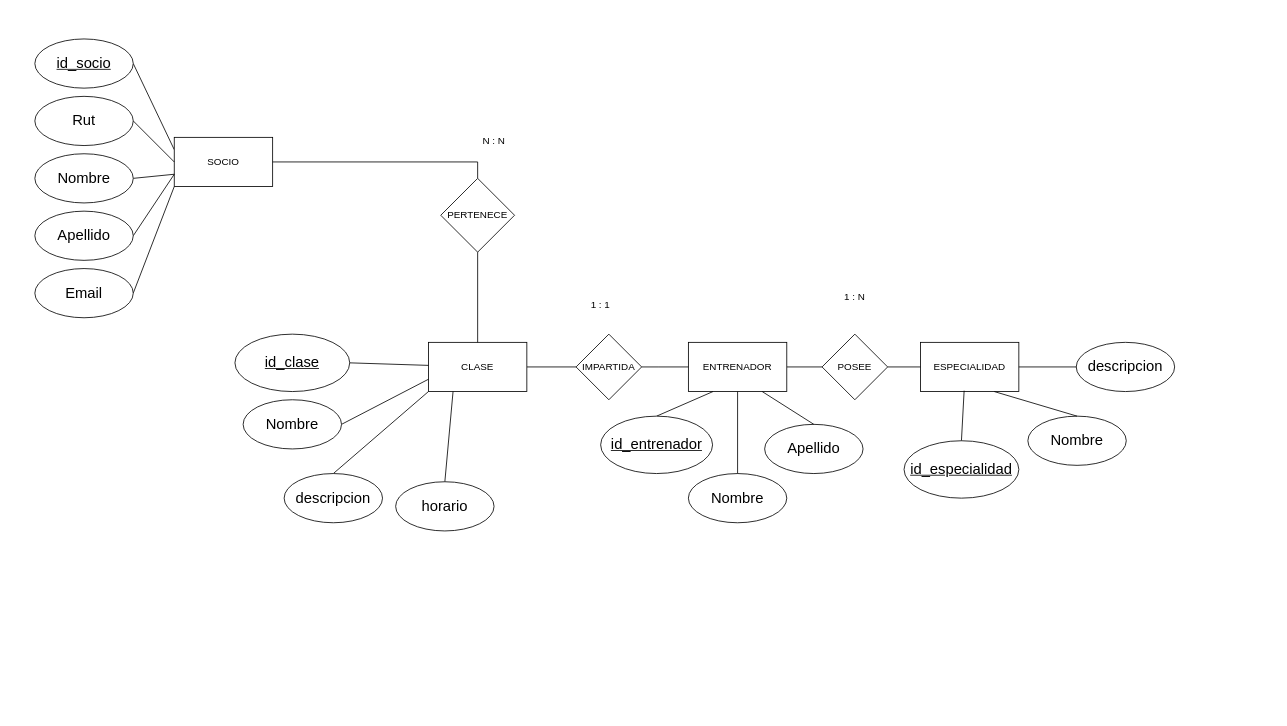
Before: page "Entidad-Relacion" (1 of 4) of Modulo 5/Entrega final modulo/ERGYM.drawio in IJozk/JS-bootcamp, a draw.io diagram. Source tidied: cells renumbered, new cells numbered last; positions are measured from the earlier drawing's top-left corner, leaving out a move shared by most shapes. Both pictures are drawn from the tidied source at 82%, with x=0, y=0 at pixel (34, 39).
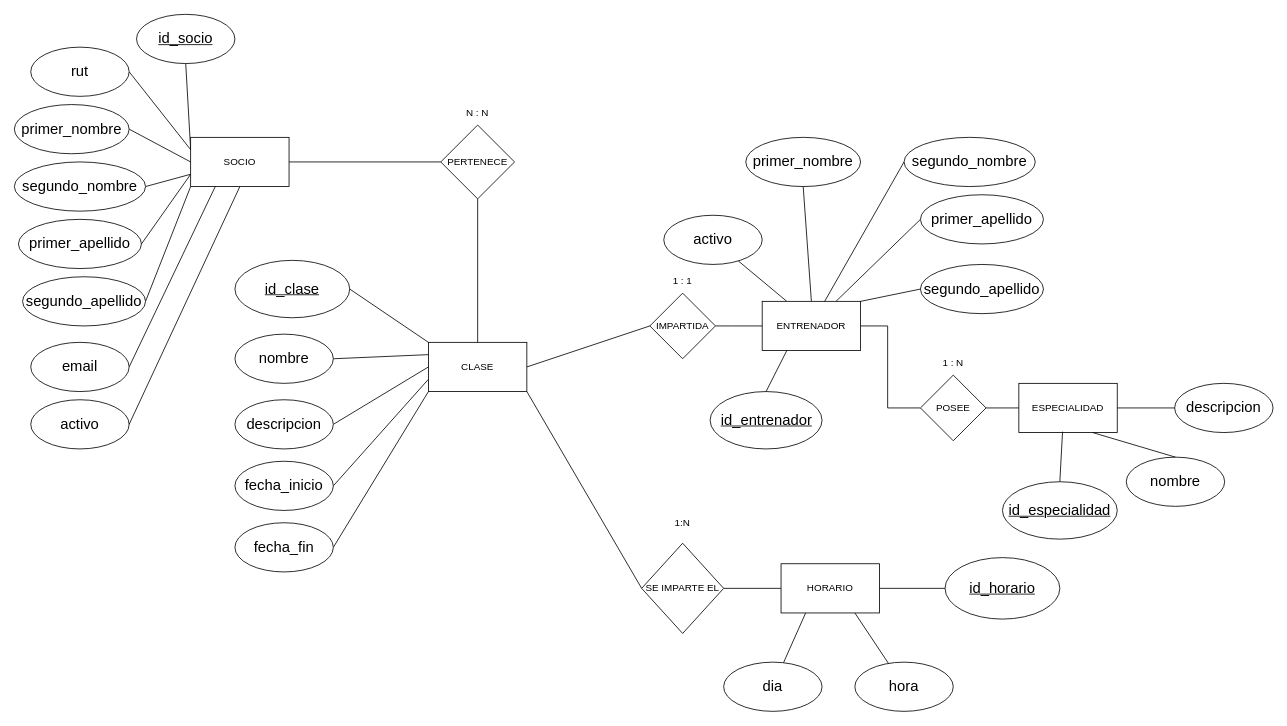
The same page after the edit.

The change refers to these unchanged cells:
```xml
<mxCell id="5" value="CLASE" style="rounded=0;whiteSpace=wrap;html=1;" parent="1" vertex="1">
  <mxGeometry x="480" y="370" width="120" height="60" as="geometry" />
</mxCell>
```

Change to the diagram source:
```diff
@@
-    <mxCell id="2" style="rounded=0;jettySize=auto;html=1;exitX=0;exitY=0.25;exitDx=0;exitDy=0;entryX=1;entryY=0.5;entryDx=0;entryDy=0;endArrow=none;endFill=0;" parent="1" edge="1" source="3" target="9">
+    <mxCell id="2" style="rounded=0;jettySize=auto;html=1;exitX=0;exitY=0.25;exitDx=0;exitDy=0;entryX=0.5;entryY=1;entryDx=0;entryDy=0;endArrow=none;endFill=0;" parent="1" edge="1" source="3" target="9">
       <mxGeometry relative="1" as="geometry" />
     </mxCell>
+    <mxCell id="48" style="edgeStyle=none;html=1;exitX=0;exitY=0.75;exitDx=0;exitDy=0;entryX=1;entryY=0.5;entryDx=0;entryDy=0;endArrow=none;endFill=0;" parent="1" edge="1" source="3" target="71">
+      <mxGeometry relative="1" as="geometry" />
+    </mxCell>
     <mxCell id="3" value="SOCIO" style="rounded=0;whiteSpace=wrap;html=1;" parent="1" vertex="1">
-      <mxGeometry x="170" y="120" width="120" height="60" as="geometry" />
+      <mxGeometry x="190" y="120" width="120" height="60" as="geometry" />
     </mxCell>
-    <mxCell id="4" style="edgeStyle=orthogonalEdgeStyle;rounded=0;jettySize=auto;html=1;exitX=1;exitY=0.5;exitDx=0;exitDy=0;entryX=0;entryY=0.5;entryDx=0;entryDy=0;startArrow=none;startFill=0;endArrow=none;endFill=0;" parent="1" edge="1" source="5" target="20">
+    <mxCell id="4" style="rounded=0;jettySize=auto;html=1;exitX=1;exitY=0.5;exitDx=0;exitDy=0;entryX=0;entryY=0.5;entryDx=0;entryDy=0;startArrow=none;startFill=0;endArrow=none;endFill=0;" parent="1" edge="1" source="5" target="20">
       <mxGeometry relative="1" as="geometry" />
     </mxCell>
+    <mxCell id="49" style="rounded=0;jettySize=auto;html=1;exitX=0;exitY=0.75;exitDx=0;exitDy=0;entryX=1;entryY=0.5;entryDx=0;entryDy=0;endArrow=none;endFill=0;" parent="1" edge="1" source="5" target="61">
+      <mxGeometry relative="1" as="geometry" />
+    </mxCell>
@@
     <mxCell id="6" style="edgeStyle=orthogonalEdgeStyle;rounded=0;jettySize=auto;html=1;exitX=1;exitY=0.5;exitDx=0;exitDy=0;endArrow=none;endFill=0;startArrow=none;startFill=0;" parent="1" edge="1" source="7" target="22">
-      <mxGeometry relative="1" as="geometry" />
+      <mxGeometry relative="1" as="geometry">
+        <Array as="points">
+          <mxPoint x="1040" y="350" />
+          <mxPoint x="1040" y="450" />
+        </Array>
+      </mxGeometry>
     </mxCell>
+    <mxCell id="50" style="rounded=0;jettySize=auto;html=1;exitX=0.25;exitY=0;exitDx=0;exitDy=0;endArrow=none;endFill=0;" parent="1" edge="1" source="7" target="67">
+      <mxGeometry relative="1" as="geometry" />
+    </mxCell>
+    <mxCell id="51" style="edgeStyle=none;html=1;exitX=1;exitY=0;exitDx=0;exitDy=0;entryX=0;entryY=0.5;entryDx=0;entryDy=0;endArrow=none;endFill=0;" parent="1" edge="1" source="7" target="77">
+      <mxGeometry relative="1" as="geometry" />
+    </mxCell>
+    <mxCell id="52" style="edgeStyle=none;html=1;exitX=0.75;exitY=0;exitDx=0;exitDy=0;entryX=0;entryY=0.5;entryDx=0;entryDy=0;endArrow=none;endFill=0;" parent="1" edge="1" source="7" target="75">
+      <mxGeometry relative="1" as="geometry" />
+    </mxCell>
+    <mxCell id="53" style="edgeStyle=none;html=1;exitX=0.619;exitY=0.056;exitDx=0;exitDy=0;entryX=0;entryY=0.5;entryDx=0;entryDy=0;endArrow=none;endFill=0;exitPerimeter=0;" parent="1" edge="1" source="7" target="76">
+      <mxGeometry relative="1" as="geometry" />
+    </mxCell>
+    <mxCell id="54" style="edgeStyle=none;html=1;exitX=0.5;exitY=0;exitDx=0;exitDy=0;entryX=0.5;entryY=1;entryDx=0;entryDy=0;endArrow=none;endFill=0;" parent="1" edge="1" source="7" target="74">
+      <mxGeometry relative="1" as="geometry" />
+    </mxCell>
     <mxCell id="7" value="ENTRENADOR" style="rounded=0;whiteSpace=wrap;html=1;" parent="1" vertex="1">
-      <mxGeometry x="797" y="370" width="120" height="60" as="geometry" />
+      <mxGeometry x="887" y="320" width="120" height="60" as="geometry" />
     </mxCell>
     <mxCell id="8" value="ESPECIALIDAD" style="rounded=0;whiteSpace=wrap;html=1;" parent="1" vertex="1">
-      <mxGeometry x="1080" y="370" width="120" height="60" as="geometry" />
+      <mxGeometry x="1200" y="420" width="120" height="60" as="geometry" />
     </mxCell>
     <mxCell id="9" value="&lt;u&gt;&lt;font style=&quot;font-size: 18px;&quot;&gt;id_socio&lt;/font&gt;&lt;/u&gt;" style="ellipse;whiteSpace=wrap;html=1;" parent="1" vertex="1">
-      <mxGeometry width="120" height="60" as="geometry" />
+      <mxGeometry x="124" y="-30" width="120" height="60" as="geometry" />
     </mxCell>
-    <mxCell id="10" style="rounded=0;jettySize=auto;html=1;exitX=0;exitY=0.5;exitDx=0;exitDy=0;entryX=1;entryY=0.5;entryDx=0;entryDy=0;endArrow=none;endFill=0;" parent="1" edge="1" source="3" target="11">
+    <mxCell id="10" style="rounded=0;jettySize=auto;html=1;exitX=0;exitY=0.25;exitDx=0;exitDy=0;entryX=1;entryY=0.5;entryDx=0;entryDy=0;endArrow=none;endFill=0;" parent="1" edge="1" source="3" target="11">
       <mxGeometry relative="1" as="geometry" />
     </mxCell>
-    <mxCell id="11" value="&lt;span style=&quot;font-size: 18px;&quot;&gt;Rut&lt;/span&gt;" style="ellipse;whiteSpace=wrap;html=1;" parent="1" vertex="1">
-      <mxGeometry y="70" width="120" height="60" as="geometry" />
+    <mxCell id="11" value="&lt;span style=&quot;font-size: 18px;&quot;&gt;rut&lt;/span&gt;" style="ellipse;whiteSpace=wrap;html=1;" parent="1" vertex="1">
+      <mxGeometry x="-5" y="10" width="120" height="60" as="geometry" />
     </mxCell>
-    <mxCell id="12" style="rounded=0;jettySize=auto;html=1;exitX=1;exitY=0.5;exitDx=0;exitDy=0;startArrow=none;startFill=0;endArrow=none;endFill=0;entryX=0;entryY=0.75;entryDx=0;entryDy=0;" parent="1" edge="1" source="13" target="3">
+    <mxCell id="12" style="rounded=0;jettySize=auto;html=1;exitX=1;exitY=0.5;exitDx=0;exitDy=0;startArrow=none;startFill=0;endArrow=none;endFill=0;entryX=0;entryY=0.5;entryDx=0;entryDy=0;" parent="1" edge="1" source="13" target="3">
       <mxGeometry relative="1" as="geometry" />
     </mxCell>
-    <mxCell id="13" value="&lt;span style=&quot;font-size: 18px;&quot;&gt;Nombre&lt;/span&gt;" style="ellipse;whiteSpace=wrap;html=1;" parent="1" vertex="1">
-      <mxGeometry y="140" width="120" height="60" as="geometry" />
+    <mxCell id="13" value="&lt;span style=&quot;font-size: 18px;&quot;&gt;primer_nombre&lt;/span&gt;" style="ellipse;whiteSpace=wrap;html=1;" parent="1" vertex="1">
+      <mxGeometry x="-25" y="80" width="140" height="60" as="geometry" />
     </mxCell>
@@
-    <mxCell id="15" value="&lt;span style=&quot;font-size: 18px;&quot;&gt;Apellido&lt;/span&gt;" style="ellipse;whiteSpace=wrap;html=1;" parent="1" vertex="1">
-      <mxGeometry y="210" width="120" height="60" as="geometry" />
+    <mxCell id="15" value="&lt;span style=&quot;font-size: 18px;&quot;&gt;primer_apellido&lt;/span&gt;" style="ellipse;whiteSpace=wrap;html=1;" parent="1" vertex="1">
+      <mxGeometry x="-20" y="220" width="150" height="60" as="geometry" />
     </mxCell>
-    <mxCell id="16" style="rounded=0;jettySize=auto;html=1;exitX=1;exitY=0.5;exitDx=0;exitDy=0;entryX=0;entryY=1;entryDx=0;entryDy=0;endArrow=none;endFill=0;" parent="1" edge="1" source="17" target="3">
+    <mxCell id="16" style="rounded=0;jettySize=auto;html=1;exitX=1;exitY=0.5;exitDx=0;exitDy=0;entryX=0.25;entryY=1;entryDx=0;entryDy=0;endArrow=none;endFill=0;" parent="1" edge="1" source="17" target="3">
       <mxGeometry relative="1" as="geometry" />
     </mxCell>
-    <mxCell id="17" value="&lt;span style=&quot;font-size: 18px;&quot;&gt;Email&lt;/span&gt;" style="ellipse;whiteSpace=wrap;html=1;" parent="1" vertex="1">
-      <mxGeometry y="280" width="120" height="60" as="geometry" />
+    <mxCell id="17" value="&lt;span style=&quot;font-size: 18px;&quot;&gt;email&lt;/span&gt;" style="ellipse;whiteSpace=wrap;html=1;" parent="1" vertex="1">
+      <mxGeometry x="-5" y="370" width="120" height="60" as="geometry" />
     </mxCell>
@@
     <mxCell id="19" style="edgeStyle=orthogonalEdgeStyle;rounded=0;jettySize=auto;html=1;exitX=1;exitY=0.5;exitDx=0;exitDy=0;entryX=0;entryY=0.5;entryDx=0;entryDy=0;endArrow=none;endFill=0;" parent="1" edge="1" source="20" target="7">
       <mxGeometry relative="1" as="geometry">
         <Array as="points">
-          <mxPoint x="760" y="400" />
-          <mxPoint x="760" y="400" />
+          <mxPoint x="850" y="350" />
+          <mxPoint x="850" y="350" />
         </Array>
       </mxGeometry>
     </mxCell>
     <mxCell id="20" value="IMPARTIDA" style="rhombus;whiteSpace=wrap;html=1;" parent="1" vertex="1">
-      <mxGeometry x="660" y="360" width="80" height="80" as="geometry" />
+      <mxGeometry x="750" y="310" width="80" height="80" as="geometry" />
     </mxCell>
@@
     <mxCell id="22" value="POSEE" style="rhombus;whiteSpace=wrap;html=1;" parent="1" vertex="1">
-      <mxGeometry x="960" y="360" width="80" height="80" as="geometry" />
+      <mxGeometry x="1080" y="410" width="80" height="80" as="geometry" />
     </mxCell>
@@
     <mxCell id="24" value="&lt;u&gt;&lt;font style=&quot;font-size: 18px;&quot;&gt;id_entrenador&lt;/font&gt;&lt;/u&gt;" style="ellipse;whiteSpace=wrap;html=1;" parent="1" vertex="1">
-      <mxGeometry x="690" y="460" width="136.5" height="70" as="geometry" />
+      <mxGeometry x="823.5" y="430" width="136.5" height="70" as="geometry" />
     </mxCell>
-    <mxCell id="25" value="&lt;span style=&quot;font-size: 18px;&quot;&gt;Nombre&lt;/span&gt;" style="ellipse;whiteSpace=wrap;html=1;" parent="1" vertex="1">
-      <mxGeometry x="797" y="530" width="120" height="60" as="geometry" />
-    </mxCell>
-    <mxCell id="26" value="&lt;span style=&quot;font-size: 18px;&quot;&gt;Apellido&lt;/span&gt;" style="ellipse;whiteSpace=wrap;html=1;" parent="1" vertex="1">
-      <mxGeometry x="890" y="470" width="120" height="60" as="geometry" />
-    </mxCell>
-    <mxCell id="27" style="rounded=0;jettySize=auto;html=1;exitX=0.5;exitY=0;exitDx=0;exitDy=0;entryX=0.5;entryY=1;entryDx=0;entryDy=0;endArrow=none;endFill=0;" parent="1" edge="1" source="25" target="7">
-      <mxGeometry relative="1" as="geometry" />
-    </mxCell>
-    <mxCell id="28" style="rounded=0;jettySize=auto;html=1;exitX=0.5;exitY=0;exitDx=0;exitDy=0;entryX=0.75;entryY=1;entryDx=0;entryDy=0;endArrow=none;endFill=0;" parent="1" edge="1" source="26" target="7">
-      <mxGeometry relative="1" as="geometry" />
-    </mxCell>
@@
     <mxCell id="30" value="&lt;u&gt;&lt;font style=&quot;font-size: 18px;&quot;&gt;id_especialidad&lt;/font&gt;&lt;/u&gt;" style="ellipse;whiteSpace=wrap;html=1;" parent="1" vertex="1">
-      <mxGeometry x="1060" y="490" width="140" height="70" as="geometry" />
+      <mxGeometry x="1180" y="540" width="140" height="70" as="geometry" />
     </mxCell>
-    <mxCell id="31" value="&lt;span style=&quot;font-size: 18px;&quot;&gt;Nombre&lt;/span&gt;" style="ellipse;whiteSpace=wrap;html=1;" parent="1" vertex="1">
-      <mxGeometry x="1211" y="460" width="120" height="60" as="geometry" />
+    <mxCell id="31" value="&lt;span style=&quot;font-size: 18px;&quot;&gt;nombre&lt;/span&gt;" style="ellipse;whiteSpace=wrap;html=1;" parent="1" vertex="1">
+      <mxGeometry x="1331" y="510" width="120" height="60" as="geometry" />
     </mxCell>
     <mxCell id="32" value="&lt;span style=&quot;font-size: 18px;&quot;&gt;descripcion&lt;/span&gt;" style="ellipse;whiteSpace=wrap;html=1;" parent="1" vertex="1">
-      <mxGeometry x="1270" y="370" width="120" height="60" as="geometry" />
+      <mxGeometry x="1390" y="420" width="120" height="60" as="geometry" />
     </mxCell>
@@
-    <mxCell id="35" style="rounded=0;jettySize=auto;html=1;exitX=1;exitY=0.5;exitDx=0;exitDy=0;endArrow=none;endFill=0;" parent="1" edge="1" source="36" target="5">
+    <mxCell id="35" style="rounded=0;jettySize=auto;html=1;exitX=1;exitY=0.5;exitDx=0;exitDy=0;endArrow=none;endFill=0;entryX=0;entryY=0;entryDx=0;entryDy=0;" parent="1" edge="1" source="36" target="5">
       <mxGeometry relative="1" as="geometry" />
     </mxCell>
     <mxCell id="36" value="&lt;u&gt;&lt;font style=&quot;font-size: 18px;&quot;&gt;id_clase&lt;/font&gt;&lt;/u&gt;" style="ellipse;whiteSpace=wrap;html=1;" parent="1" vertex="1">
-      <mxGeometry x="244" y="360" width="140" height="70" as="geometry" />
+      <mxGeometry x="244" y="270" width="140" height="70" as="geometry" />
     </mxCell>
-    <mxCell id="37" style="rounded=0;jettySize=auto;html=1;exitX=1;exitY=0.5;exitDx=0;exitDy=0;entryX=0;entryY=0.75;entryDx=0;entryDy=0;endArrow=none;endFill=0;" parent="1" edge="1" source="38" target="5">
+    <mxCell id="37" style="rounded=0;jettySize=auto;html=1;exitX=1;exitY=0.5;exitDx=0;exitDy=0;entryX=0;entryY=0.25;entryDx=0;entryDy=0;endArrow=none;endFill=0;" parent="1" edge="1" source="38" target="5">
       <mxGeometry relative="1" as="geometry" />
     </mxCell>
-    <mxCell id="38" value="&lt;span style=&quot;font-size: 18px;&quot;&gt;Nombre&lt;/span&gt;" style="ellipse;whiteSpace=wrap;html=1;" parent="1" vertex="1">
-      <mxGeometry x="254" y="440" width="120" height="60" as="geometry" />
+    <mxCell id="38" value="&lt;span style=&quot;font-size: 18px;&quot;&gt;nombre&lt;/span&gt;" style="ellipse;whiteSpace=wrap;html=1;" parent="1" vertex="1">
+      <mxGeometry x="244" y="360" width="120" height="60" as="geometry" />
     </mxCell>
-    <mxCell id="39" style="rounded=0;jettySize=auto;html=1;exitX=0.5;exitY=0;exitDx=0;exitDy=0;entryX=0;entryY=1;entryDx=0;entryDy=0;endArrow=none;endFill=0;" parent="1" edge="1" source="40" target="5">
+    <mxCell id="39" style="rounded=0;jettySize=auto;html=1;exitX=1;exitY=0.5;exitDx=0;exitDy=0;entryX=0;entryY=0.5;entryDx=0;entryDy=0;endArrow=none;endFill=0;" parent="1" edge="1" source="40" target="5">
       <mxGeometry relative="1" as="geometry" />
     </mxCell>
     <mxCell id="40" value="&lt;span style=&quot;font-size: 18px;&quot;&gt;descripcion&lt;/span&gt;" style="ellipse;whiteSpace=wrap;html=1;" parent="1" vertex="1">
-      <mxGeometry x="304" y="530" width="120" height="60" as="geometry" />
+      <mxGeometry x="244" y="440" width="120" height="60" as="geometry" />
     </mxCell>
-    <mxCell id="41" style="rounded=0;jettySize=auto;html=1;exitX=0.5;exitY=0;exitDx=0;exitDy=0;entryX=0.25;entryY=1;entryDx=0;entryDy=0;endArrow=none;endFill=0;" parent="1" edge="1" source="42" target="5">
+    <mxCell id="41" style="rounded=0;jettySize=auto;html=1;exitX=0;exitY=0.5;exitDx=0;exitDy=0;entryX=1;entryY=1;entryDx=0;entryDy=0;endArrow=none;endFill=0;" parent="1" edge="1" source="65" target="5">
       <mxGeometry relative="1" as="geometry" />
     </mxCell>
-    <mxCell id="42" value="&lt;span style=&quot;font-size: 18px;&quot;&gt;horario&lt;/span&gt;" style="ellipse;whiteSpace=wrap;html=1;" parent="1" vertex="1">
-      <mxGeometry x="440" y="540" width="120" height="60" as="geometry" />
-    </mxCell>
-    <mxCell id="43" style="edgeStyle=orthogonalEdgeStyle;rounded=0;jettySize=auto;html=1;exitX=1;exitY=0.5;exitDx=0;exitDy=0;entryX=0.5;entryY=0;entryDx=0;entryDy=0;endArrow=none;endFill=0;" parent="1" edge="1" source="3" target="44">
+    <mxCell id="43" style="edgeStyle=orthogonalEdgeStyle;rounded=0;jettySize=auto;html=1;exitX=1;exitY=0.5;exitDx=0;exitDy=0;entryX=0;entryY=0.5;entryDx=0;entryDy=0;endArrow=none;endFill=0;" parent="1" edge="1" source="3" target="44">
       <mxGeometry relative="1" as="geometry" />
     </mxCell>
     <mxCell id="44" value="PERTENECE" style="rhombus;whiteSpace=wrap;html=1;" parent="1" vertex="1">
-      <mxGeometry x="495" y="170" width="90" height="90" as="geometry" />
+      <mxGeometry x="495" y="105" width="90" height="90" as="geometry" />
     </mxCell>
     <mxCell id="45" value="N : N" style="text;html=1;whiteSpace=wrap;strokeColor=none;fillColor=none;align=center;verticalAlign=middle;rounded=0;" parent="1" vertex="1">
-      <mxGeometry x="530" y="110" width="60" height="30" as="geometry" />
+      <mxGeometry x="510" y="75" width="60" height="30" as="geometry" />
     </mxCell>
     <mxCell id="46" value="1 : 1" style="text;html=1;whiteSpace=wrap;strokeColor=none;fillColor=none;align=center;verticalAlign=middle;rounded=0;" parent="1" vertex="1">
-      <mxGeometry x="660" y="310" width="60" height="30" as="geometry" />
+      <mxGeometry x="760" y="280" width="60" height="30" as="geometry" />
     </mxCell>
     <mxCell id="47" value="1 : N" style="text;html=1;whiteSpace=wrap;strokeColor=none;fillColor=none;align=center;verticalAlign=middle;rounded=0;" parent="1" vertex="1">
-      <mxGeometry x="970" y="300" width="60" height="30" as="geometry" />
+      <mxGeometry x="1090" y="380" width="60" height="30" as="geometry" />
     </mxCell>
+    <mxCell id="55" style="rounded=0;jettySize=auto;html=1;exitX=0.25;exitY=1;exitDx=0;exitDy=0;endArrow=none;endFill=0;" parent="1" edge="1" source="58" target="59">
+      <mxGeometry relative="1" as="geometry" />
+    </mxCell>
+    <mxCell id="56" style="rounded=0;jettySize=auto;html=1;exitX=0.75;exitY=1;exitDx=0;exitDy=0;endArrow=none;endFill=0;" parent="1" edge="1" source="58" target="60">
+      <mxGeometry relative="1" as="geometry" />
+    </mxCell>
+    <mxCell id="57" style="edgeStyle=none;html=1;exitX=1;exitY=0.5;exitDx=0;exitDy=0;entryX=0;entryY=0.5;entryDx=0;entryDy=0;endArrow=none;endFill=0;" parent="1" edge="1" source="58" target="70">
+      <mxGeometry relative="1" as="geometry" />
+    </mxCell>
+    <mxCell id="58" value="HORARIO" style="rounded=0;whiteSpace=wrap;html=1;" parent="1" vertex="1">
+      <mxGeometry x="910" y="640" width="120" height="60" as="geometry" />
+    </mxCell>
+    <mxCell id="59" value="&lt;span style=&quot;font-size: 18px;&quot;&gt;dia&lt;/span&gt;" style="ellipse;whiteSpace=wrap;html=1;" parent="1" vertex="1">
+      <mxGeometry x="840" y="760" width="120" height="60" as="geometry" />
+    </mxCell>
+    <mxCell id="60" value="&lt;span style=&quot;font-size: 18px;&quot;&gt;hora&lt;/span&gt;" style="ellipse;whiteSpace=wrap;html=1;" parent="1" vertex="1">
+      <mxGeometry x="1000" y="760" width="120" height="60" as="geometry" />
+    </mxCell>
+    <mxCell id="61" value="&lt;span style=&quot;font-size: 18px;&quot;&gt;fecha_inicio&lt;/span&gt;" style="ellipse;whiteSpace=wrap;html=1;" parent="1" vertex="1">
+      <mxGeometry x="244" y="515" width="120" height="60" as="geometry" />
+    </mxCell>
+    <mxCell id="62" style="rounded=0;jettySize=auto;html=1;exitX=1;exitY=0.5;exitDx=0;exitDy=0;entryX=0;entryY=1;entryDx=0;entryDy=0;endArrow=none;endFill=0;" parent="1" edge="1" source="63" target="5">
+      <mxGeometry relative="1" as="geometry" />
+    </mxCell>
+    <mxCell id="63" value="&lt;span style=&quot;font-size: 18px;&quot;&gt;fecha_fin&lt;/span&gt;" style="ellipse;whiteSpace=wrap;html=1;" parent="1" vertex="1">
+      <mxGeometry x="244" y="590" width="120" height="60" as="geometry" />
+    </mxCell>
+    <mxCell id="64" style="rounded=0;jettySize=auto;html=1;exitX=0;exitY=0.5;exitDx=0;exitDy=0;entryX=1;entryY=0.5;entryDx=0;entryDy=0;endArrow=none;endFill=0;" parent="1" edge="1" source="58" target="65">
+      <mxGeometry relative="1" as="geometry" />
+    </mxCell>
+    <mxCell id="65" value="SE IMPARTE EL" style="rhombus;whiteSpace=wrap;html=1;" parent="1" vertex="1">
+      <mxGeometry x="740" y="615" width="100" height="110" as="geometry" />
+    </mxCell>
+    <mxCell id="66" value="1:N" style="text;html=1;whiteSpace=wrap;strokeColor=none;fillColor=none;align=center;verticalAlign=middle;rounded=0;" parent="1" vertex="1">
+      <mxGeometry x="760" y="580" width="60" height="20" as="geometry" />
+    </mxCell>
+    <mxCell id="67" value="&lt;span style=&quot;font-size: 18px;&quot;&gt;activo&lt;/span&gt;" style="ellipse;whiteSpace=wrap;html=1;" parent="1" vertex="1">
+      <mxGeometry x="767" y="215" width="120" height="60" as="geometry" />
+    </mxCell>
+    <mxCell id="68" value="&lt;span style=&quot;font-size: 18px;&quot;&gt;activo&lt;/span&gt;" style="ellipse;whiteSpace=wrap;html=1;" parent="1" vertex="1">
+      <mxGeometry x="-5" y="440" width="120" height="60" as="geometry" />
+    </mxCell>
+    <mxCell id="69" style="rounded=0;jettySize=auto;html=1;exitX=1;exitY=0.5;exitDx=0;exitDy=0;entryX=0.5;entryY=1;entryDx=0;entryDy=0;endArrow=none;endFill=0;" parent="1" edge="1" source="68" target="3">
+      <mxGeometry relative="1" as="geometry" />
+    </mxCell>
+    <mxCell id="70" value="&lt;u&gt;&lt;font style=&quot;font-size: 18px;&quot;&gt;id_horario&lt;/font&gt;&lt;/u&gt;" style="ellipse;whiteSpace=wrap;html=1;" parent="1" vertex="1">
+      <mxGeometry x="1110" y="632.5" width="140" height="75" as="geometry" />
+    </mxCell>
+    <mxCell id="71" value="&lt;span style=&quot;font-size: 18px;&quot;&gt;segundo_nombre&lt;/span&gt;" style="ellipse;whiteSpace=wrap;html=1;" parent="1" vertex="1">
+      <mxGeometry x="-25" y="150" width="160" height="60" as="geometry" />
+    </mxCell>
+    <mxCell id="72" style="edgeStyle=none;html=1;exitX=1;exitY=0.5;exitDx=0;exitDy=0;entryX=0;entryY=1;entryDx=0;entryDy=0;endArrow=none;endFill=0;" parent="1" edge="1" source="73" target="3">
+      <mxGeometry relative="1" as="geometry" />
+    </mxCell>
+    <mxCell id="73" value="&lt;span style=&quot;font-size: 18px;&quot;&gt;segundo_apellido&lt;/span&gt;" style="ellipse;whiteSpace=wrap;html=1;" parent="1" vertex="1">
+      <mxGeometry x="-15" y="290" width="150" height="60" as="geometry" />
+    </mxCell>
+    <mxCell id="74" value="&lt;span style=&quot;font-size: 18px;&quot;&gt;primer_nombre&lt;/span&gt;" style="ellipse;whiteSpace=wrap;html=1;" parent="1" vertex="1">
+      <mxGeometry x="867" y="120" width="140" height="60" as="geometry" />
+    </mxCell>
+    <mxCell id="75" value="&lt;span style=&quot;font-size: 18px;&quot;&gt;primer_apellido&lt;/span&gt;" style="ellipse;whiteSpace=wrap;html=1;" parent="1" vertex="1">
+      <mxGeometry x="1080" y="190" width="150" height="60" as="geometry" />
+    </mxCell>
+    <mxCell id="76" value="&lt;span style=&quot;font-size: 18px;&quot;&gt;segundo_nombre&lt;/span&gt;" style="ellipse;whiteSpace=wrap;html=1;" parent="1" vertex="1">
+      <mxGeometry x="1060" y="120" width="160" height="60" as="geometry" />
+    </mxCell>
+    <mxCell id="77" value="&lt;span style=&quot;font-size: 18px;&quot;&gt;segundo_apellido&lt;/span&gt;" style="ellipse;whiteSpace=wrap;html=1;" parent="1" vertex="1">
+      <mxGeometry x="1080" y="275" width="150" height="60" as="geometry" />
+    </mxCell>
```
